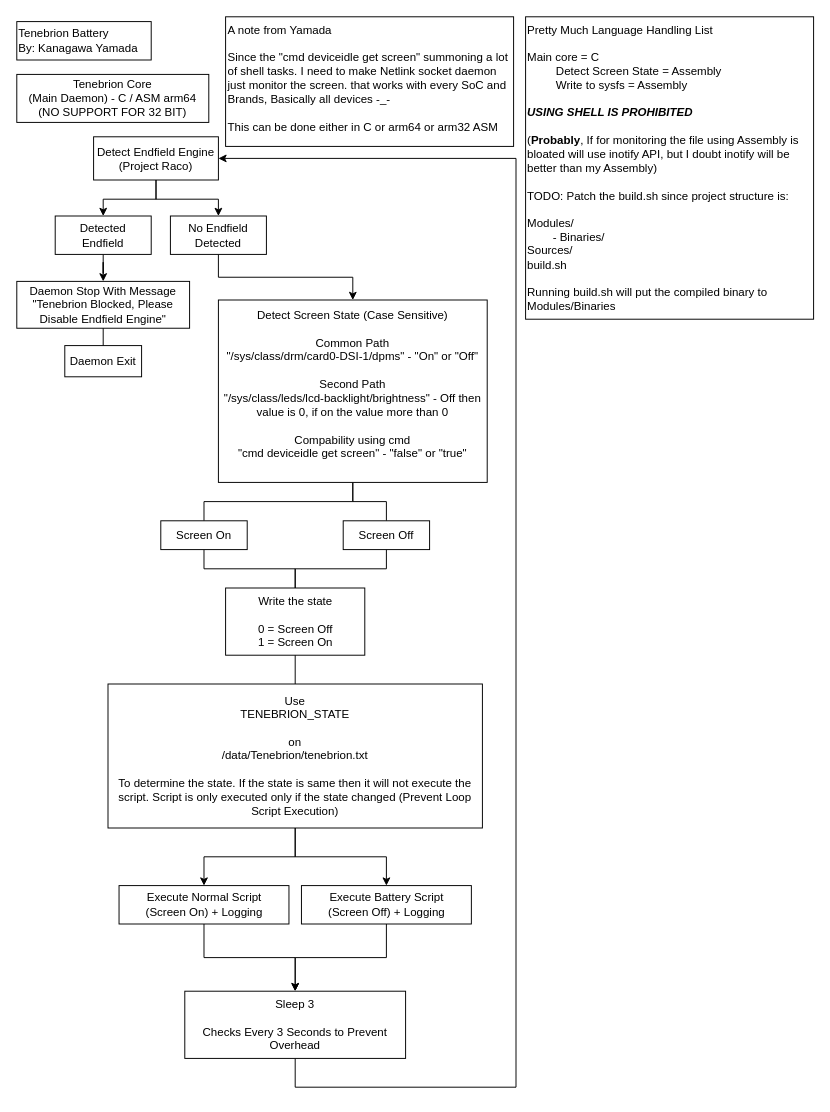
Above: IMG & Concept/Concept ot Tenebrion.drawio in LoggingNewMemory/Tenebrion-Battery (draw.io), before the change. Source tidied: cells renumbered, new cells numbered last; positions are measured from the earlier drawing's top-left corner, leaving out a move shared by most shapes. Both pictures are drawn from the tidied source at 96%, with x=0, y=0 at pixel (16, 16).
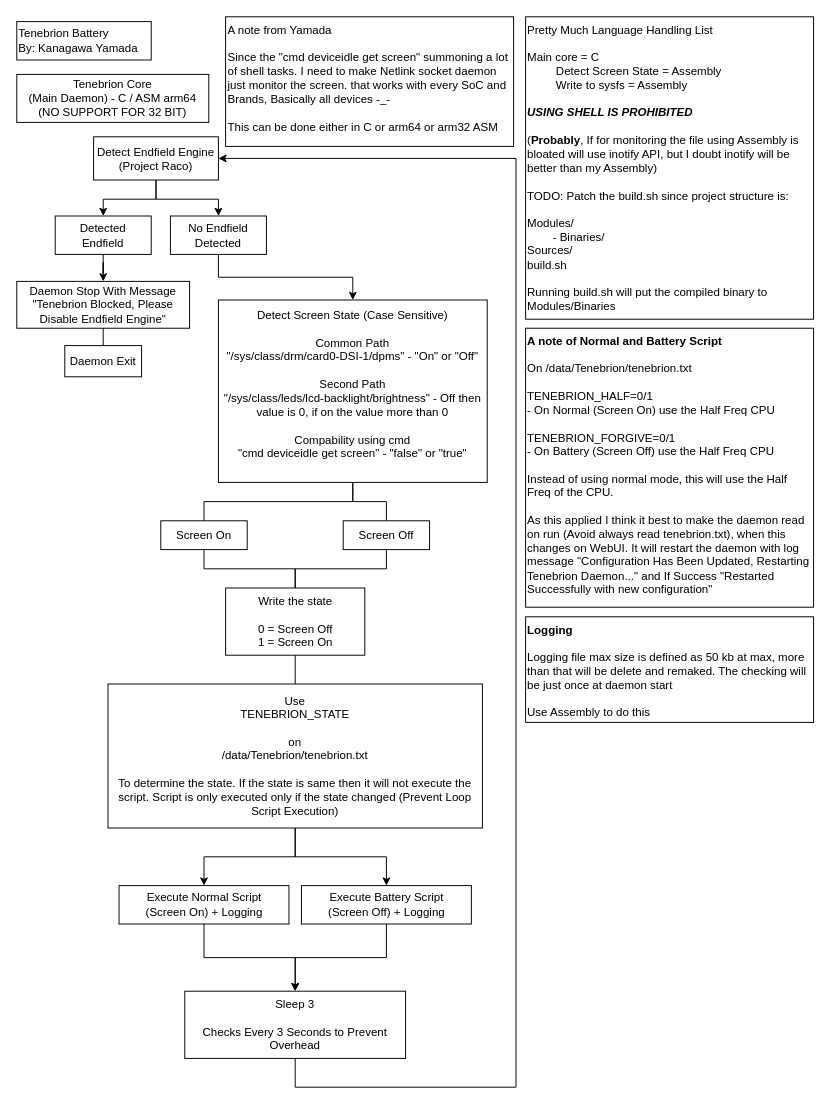
The same diagram, later.

The edit, as a diff of the source:
```diff
@@
+    <mxCell id="34" value="&lt;b&gt;A note of Normal and Battery Script&lt;/b&gt;&lt;div&gt;&lt;b&gt;&lt;br&gt;&lt;/b&gt;&lt;/div&gt;&lt;div&gt;On&amp;nbsp;&lt;span style=&quot;text-align: center; background-color: transparent; color: light-dark(rgb(0, 0, 0), rgb(255, 255, 255));&quot;&gt;/data/Tenebrion/tenebrion.txt&lt;/span&gt;&lt;/div&gt;&lt;div&gt;&lt;b&gt;&lt;br&gt;&lt;/b&gt;&lt;/div&gt;&lt;div&gt;&lt;div style=&quot;&quot;&gt;TENEBRION_HALF=0/1&lt;/div&gt;&lt;div style=&quot;&quot;&gt;- On Normal (Screen On) use the Half Freq CPU&lt;/div&gt;&lt;div style=&quot;&quot;&gt;&lt;br&gt;&lt;/div&gt;&lt;div style=&quot;&quot;&gt;TENEBRION_FORGIVE=0/1&lt;/div&gt;&lt;div style=&quot;&quot;&gt;- On Battery (Screen Off) use the Half Freq CPU&lt;/div&gt;&lt;div style=&quot;font-weight: bold;&quot;&gt;&lt;br&gt;&lt;/div&gt;&lt;/div&gt;&lt;div style=&quot;&quot;&gt;Instead of using normal mode, this will use the Half Freq of the CPU.&amp;nbsp;&lt;br&gt;&lt;br&gt;As this applied I think it best to make the daemon read on run (Avoid always read tenebrion.txt), when this changes on WebUI. It will restart the daemon with log message &quot;Configuration Has Been Updated, Restarting Tenebrion Daemon...&quot; and If Success &quot;Restarted Successfully with new configuration&quot;&lt;/div&gt;" style="rounded=0;whiteSpace=wrap;html=1;align=left;verticalAlign=top;" parent="1" vertex="1">
+      <mxGeometry x="530" y="324.4" width="300" height="290.6" as="geometry" />
+    </mxCell>
+    <mxCell id="35" value="&lt;b&gt;Logging&lt;/b&gt;&lt;div&gt;&lt;b&gt;&lt;br&gt;&lt;/b&gt;&lt;/div&gt;&lt;div&gt;Logging file max size is defined as 50 kb at max, more than that will be delete and remaked. The checking will be just once at daemon start&lt;/div&gt;&lt;div&gt;&lt;br&gt;&lt;/div&gt;&lt;div&gt;Use Assembly to do this&lt;/div&gt;" style="rounded=0;whiteSpace=wrap;html=1;align=left;verticalAlign=top;" parent="1" vertex="1">
+      <mxGeometry x="530" y="625" width="300" height="110" as="geometry" />
+    </mxCell>
```
